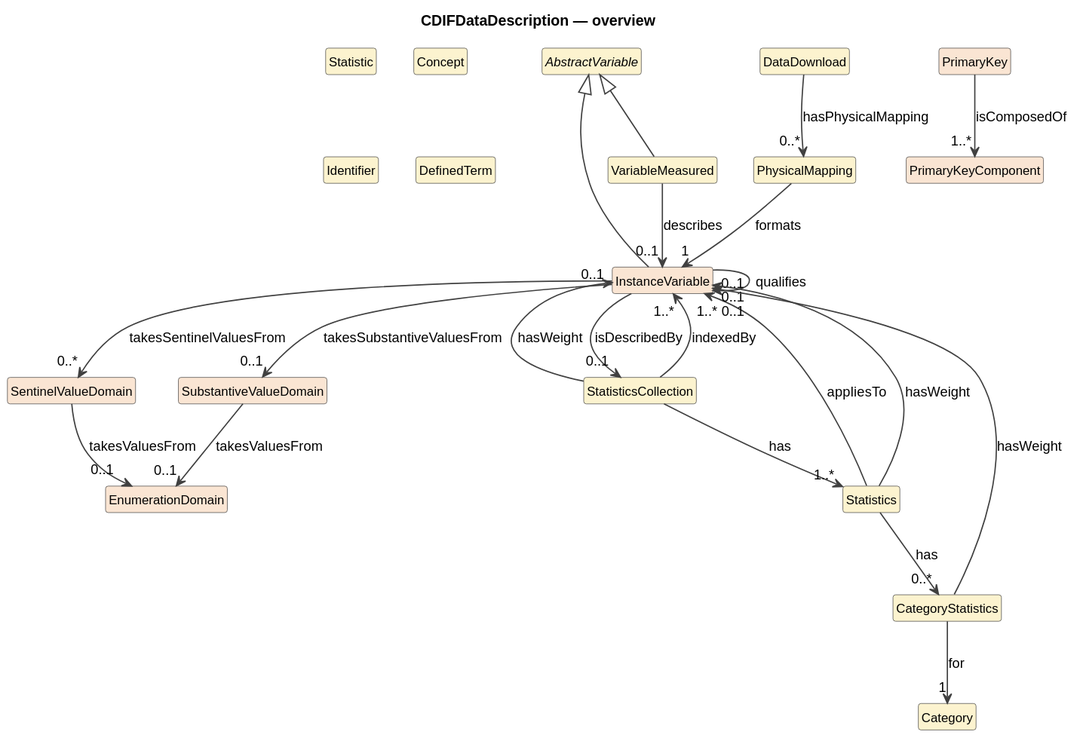
Earlier version of the PlantUML export cdif-uml-model/_plantuml/cdifDataDescription/index.local.svg (Cross-Domain-Interoperability-Framework/metadataBuildingBlocks).
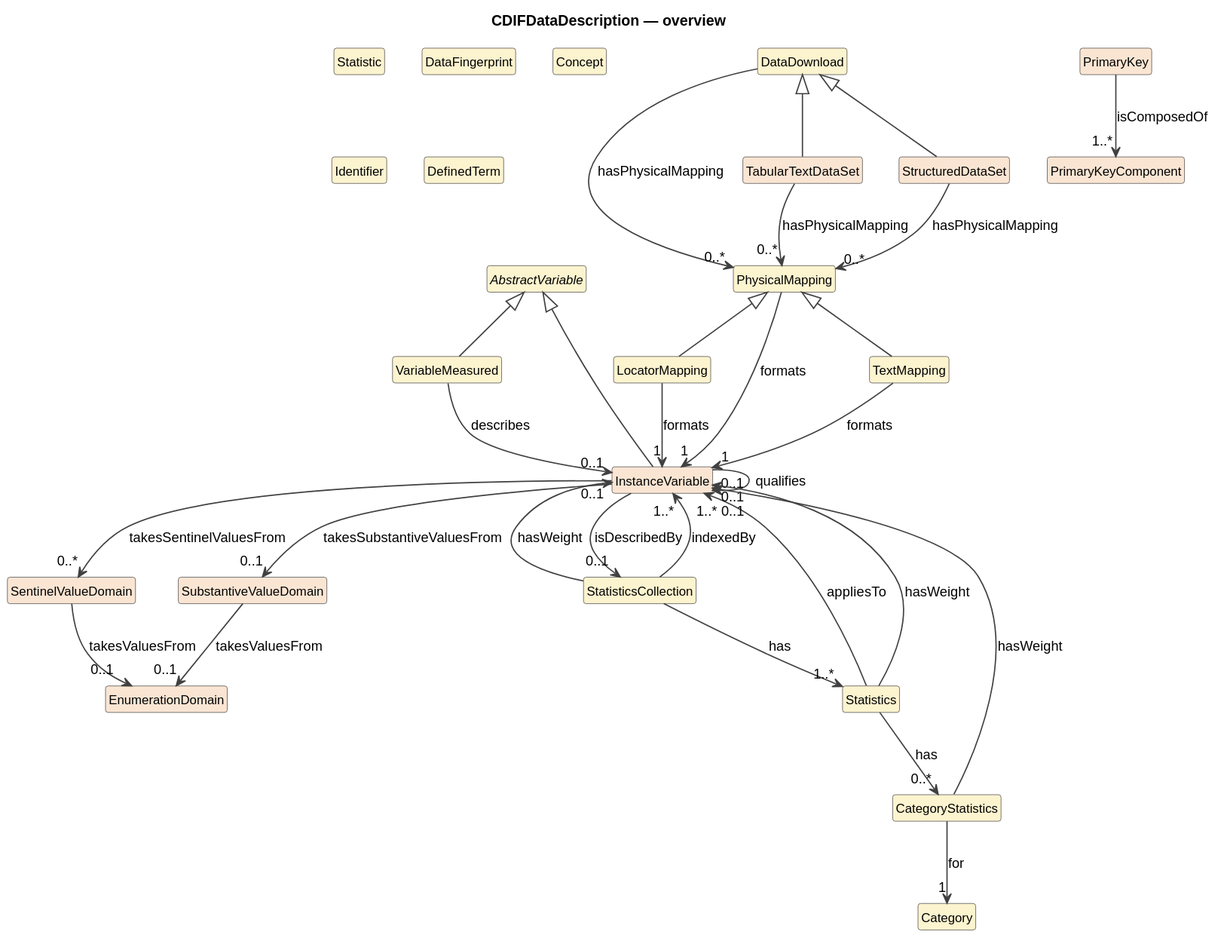
After the commit.

Change to the diagram source:
```diff
@@ -25,11 +25,20 @@
 class "SentinelValueDomain" as SentinelValueDomain #FAE5D3
 class "EnumerationDomain" as EnumerationDomain #FAE5D3
 class "PhysicalMapping" as PhysicalMapping #FCF3CF
+class "TextMapping" as TextMapping #FCF3CF
+class "LocatorMapping" as LocatorMapping #FCF3CF
+class "TabularTextDataSet" as TabularTextDataSet #FAE5D3
+class "StructuredDataSet" as StructuredDataSet #FAE5D3
+class "DataFingerprint" as DataFingerprint #FCF3CF
 class "Concept" as Concept #FCF3CF
 class "Identifier" as Identifier #FCF3CF
 class "DefinedTerm" as DefinedTerm #FCF3CF
 AbstractVariable <|-- InstanceVariable
 AbstractVariable <|-- VariableMeasured
+PhysicalMapping <|-- TextMapping
+PhysicalMapping <|-- LocatorMapping
+DataDownload <|-- TabularTextDataSet
+DataDownload <|-- StructuredDataSet
 InstanceVariable --> "0..1" StatisticsCollection : isDescribedBy
 InstanceVariable --> "0..1" InstanceVariable : qualifies
 InstanceVariable --> "0..1" SubstantiveValueDomain : takesSubstantiveValuesFrom
@@ -48,4 +57,8 @@
 SubstantiveValueDomain --> "0..1" EnumerationDomain : takesValuesFrom
 SentinelValueDomain --> "0..1" EnumerationDomain : takesValuesFrom
 PhysicalMapping --> "1" InstanceVariable : formats
+TextMapping --> "1" InstanceVariable : formats
+LocatorMapping --> "1" InstanceVariable : formats
+TabularTextDataSet --> "0..*" PhysicalMapping : hasPhysicalMapping
+StructuredDataSet --> "0..*" PhysicalMapping : hasPhysicalMapping
 @enduml
```
